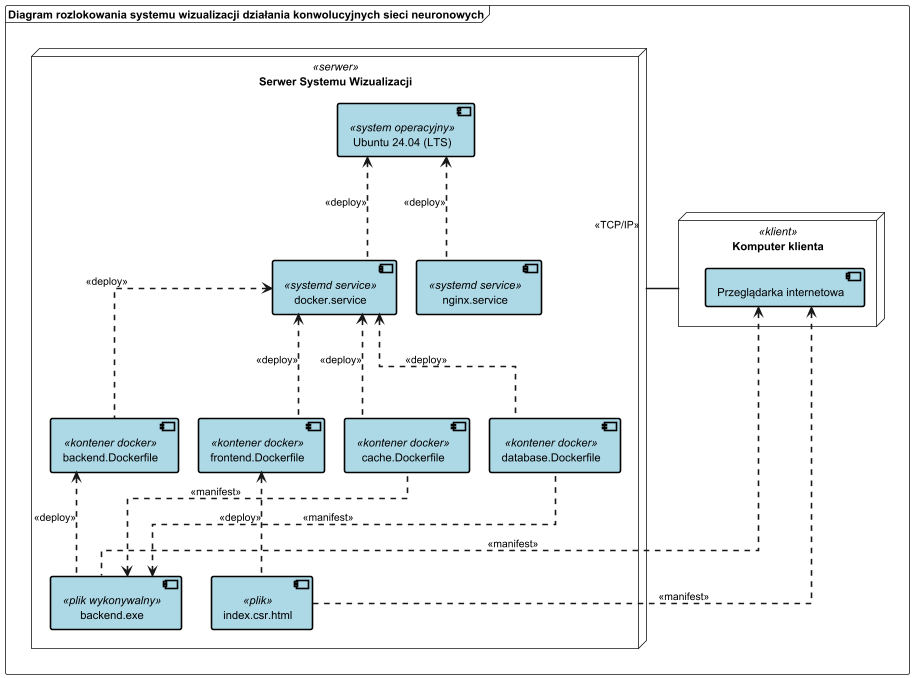
Before: documentation/diagrams/generated/deployment.png, a diagram exported from PlantUML (ForNeus57/Vimi).
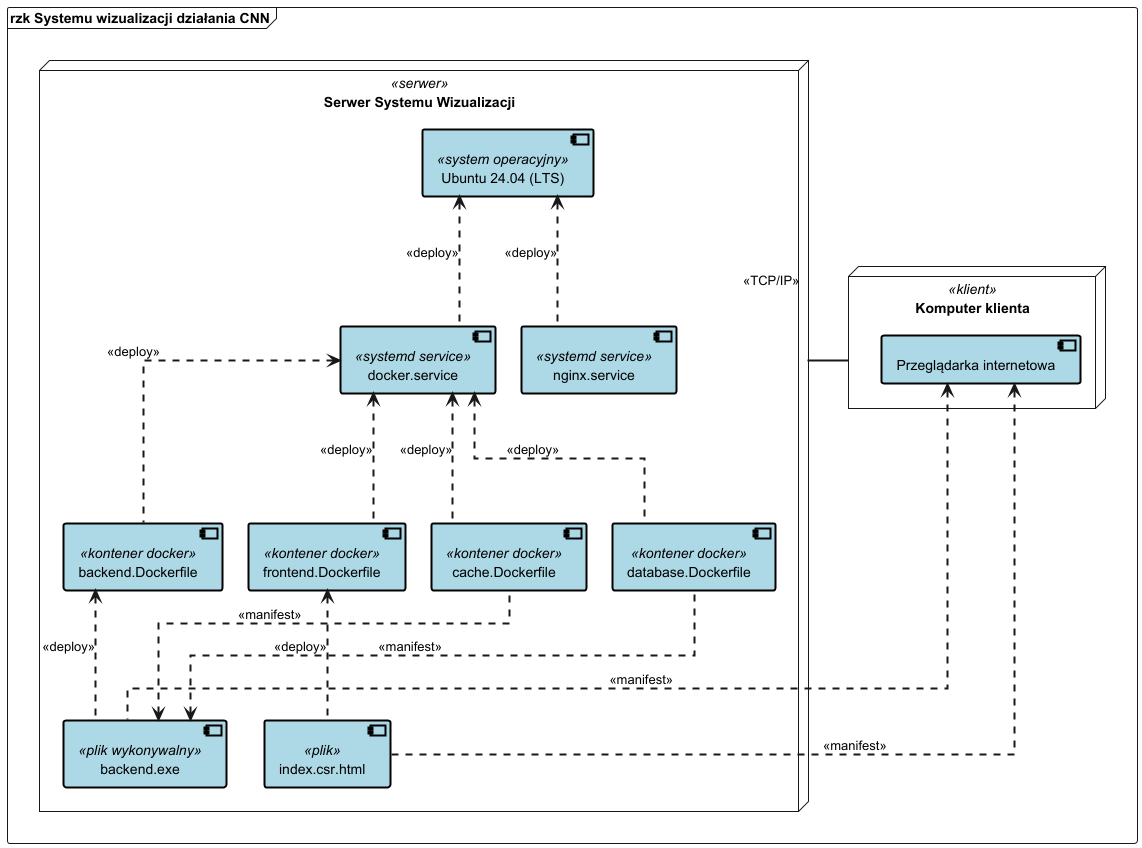
After the commit.

The edit, as a diff of the source:
```diff
@@ -1,6 +1,6 @@
 @startuml
 
-frame DiagramFrame as "Diagram rozlokowania systemu wizualizacji działania konwolucyjnych sieci neuronowych" {
+frame DiagramFrame as "rzk Systemu wizualizacji działania CNN" {
 
   skinparam linetype ortho
   skinparam nodesep 25
```
